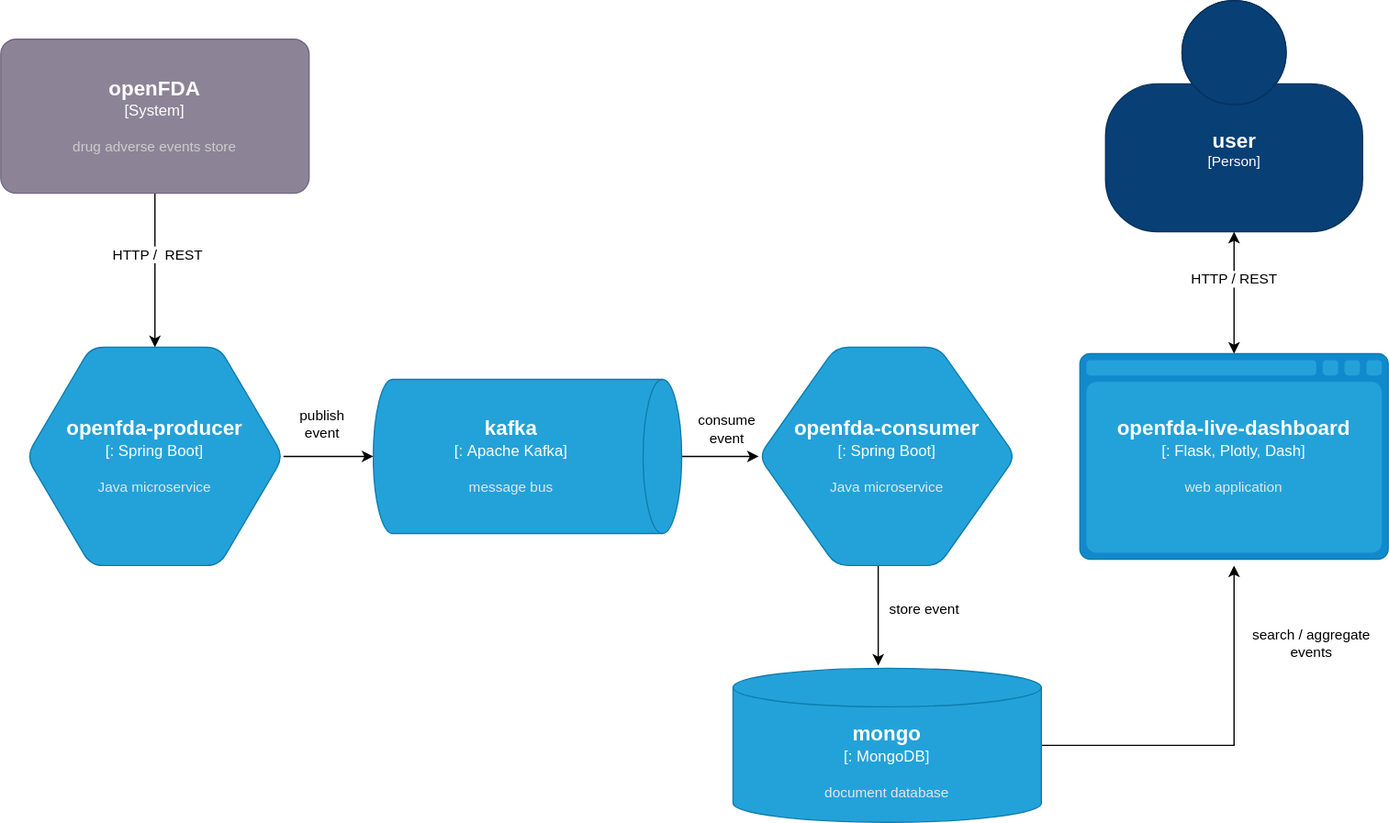
Before: pipeline-architecture.svg, a diagram exported from draw.io (koziolk/openfda-bigdata-pipeline). Source tidied: cells renumbered, new cells last; positions are measured from the earlier drawing's top-left corner, leaving out a move shared by most shapes.
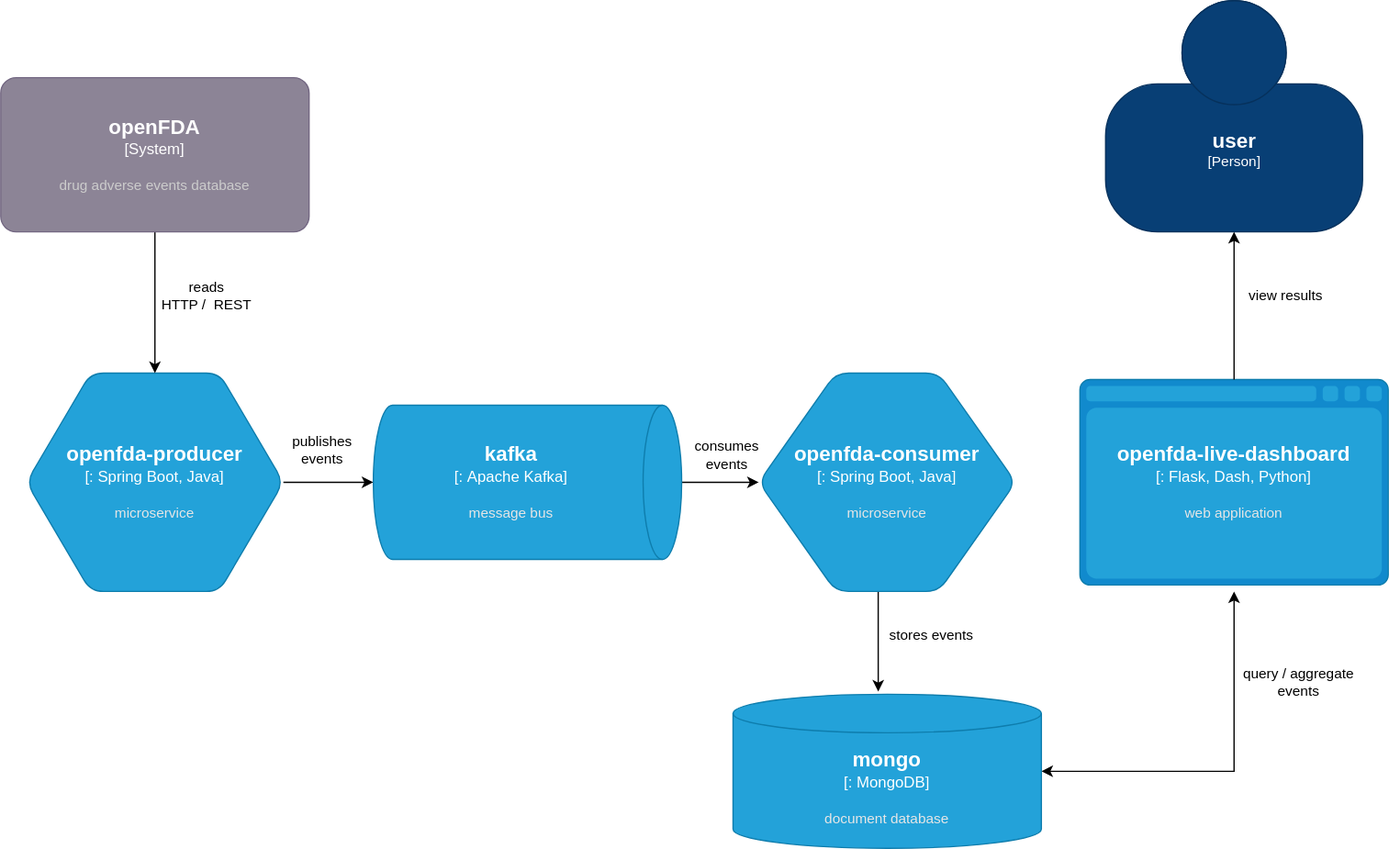
Later version of the same file.

Diff of the diagram source:
```diff
@@ -5,12 +5,12 @@
     <mxCell id="2" style="edgeStyle=orthogonalEdgeStyle;rounded=0;jettySize=auto;html=1;" parent="1" edge="1" source="4" target="6">
       <mxGeometry relative="1" as="geometry" />
     </mxCell>
-    <mxCell id="3" value="publish&lt;br&gt;event" style="edgeLabel;html=1;align=center;verticalAlign=middle;" parent="2" vertex="1">
+    <mxCell id="3" value="publishes&lt;br&gt;events" style="edgeLabel;html=1;align=center;verticalAlign=middle;" parent="2" vertex="1">
       <mxGeometry x="-0.06" y="4" relative="1" as="geometry">
         <mxPoint x="-3" y="-21" as="offset" />
       </mxGeometry>
     </mxCell>
-    <object id="4" label="&lt;font style=&quot;font-size: 16px&quot;&gt;&lt;b&gt;%c4Type%&lt;/font&gt;&lt;div&gt;[%c4Container%:&amp;nbsp;%c4Technology%]&lt;/div&gt;&lt;br&gt;&lt;div&gt;&lt;font style=&quot;font-size: 11px&quot;&gt;&lt;font color=&quot;#E6E6E6&quot;&gt;%c4Description%&lt;/font&gt;&lt;/div&gt;" c4Container="" c4Description="Java microservice" c4Technology="Spring Boot" c4Type="openfda-producer" placeholders="1">
+    <object id="4" label="&lt;font style=&quot;font-size: 16px&quot;&gt;&lt;b&gt;%c4Type%&lt;/font&gt;&lt;div&gt;[%c4Container%:&amp;nbsp;%c4Technology%]&lt;/div&gt;&lt;br&gt;&lt;div&gt;&lt;font style=&quot;font-size: 11px&quot;&gt;&lt;font color=&quot;#E6E6E6&quot;&gt;%c4Description%&lt;/font&gt;&lt;/div&gt;" c4Container="" c4Description="microservice" c4Technology="Spring Boot, Java" c4Type="openfda-producer" placeholders="1">
       <mxCell style="shape=hexagon;size=50;perimeter=hexagonPerimeter2;whiteSpace=wrap;html=1;fixedSize=1;rounded=1;labelBackgroundColor=none;fillColor=#23A2D9;fontSize=12;fontColor=#ffffff;align=center;strokeColor=#0E7DAD;points=[[0.5,0,0],[1,0.25,0],[1,0.5,0],[1,0.75,0],[0.5,1,0],[0,0.75,0],[0,0.5,0],[0,0.25,0]];" parent="1" vertex="1">
         <mxGeometry x="20" y="270" width="200" height="170" as="geometry" />
       </mxCell>
@@ -32,19 +32,19 @@
         </Array>
       </mxGeometry>
     </mxCell>
-    <object id="8" label="&lt;font style=&quot;font-size: 16px&quot;&gt;&lt;b&gt;%c4Type%&lt;/font&gt;&lt;div&gt;[%c4Container%:&amp;nbsp;%c4Technology%]&lt;/div&gt;&lt;br&gt;&lt;div&gt;&lt;font style=&quot;font-size: 11px&quot;&gt;&lt;font color=&quot;#E6E6E6&quot;&gt;%c4Description%&lt;/font&gt;&lt;/div&gt;" c4Container="" c4Description="Java microservice" c4Technology="Spring Boot" c4Type="openfda-consumer" placeholders="1">
+    <object id="8" label="&lt;font style=&quot;font-size: 16px&quot;&gt;&lt;b&gt;%c4Type%&lt;/font&gt;&lt;div&gt;[%c4Container%:&amp;nbsp;%c4Technology%]&lt;/div&gt;&lt;br&gt;&lt;div&gt;&lt;font style=&quot;font-size: 11px&quot;&gt;&lt;font color=&quot;#E6E6E6&quot;&gt;%c4Description%&lt;/font&gt;&lt;/div&gt;" c4Container="" c4Description="microservice" c4Technology="Spring Boot, Java" c4Type="openfda-consumer" placeholders="1">
       <mxCell style="shape=hexagon;size=60;perimeter=hexagonPerimeter2;whiteSpace=wrap;html=1;fixedSize=1;rounded=1;labelBackgroundColor=none;fillColor=#23A2D9;fontSize=12;fontColor=#ffffff;align=center;strokeColor=#0E7DAD;points=[[0.5,0,0],[1,0.25,0],[1,0.5,0],[1,0.75,0],[0.5,1,0],[0,0.75,0],[0,0.5,0],[0,0.25,0]];" parent="1" vertex="1">
         <mxGeometry x="590" y="270" width="200" height="170" as="geometry" />
       </mxCell>
     </object>
-    <mxCell id="9" style="edgeStyle=orthogonalEdgeStyle;rounded=0;jettySize=auto;html=1;" parent="1" edge="1" source="11">
+    <mxCell id="9" style="edgeStyle=orthogonalEdgeStyle;rounded=0;jettySize=auto;html=1;startArrow=classic;startFill=1;" parent="1" edge="1" source="11">
       <mxGeometry relative="1" as="geometry">
         <mxPoint x="960" y="440" as="targetPoint" />
       </mxGeometry>
     </mxCell>
-    <mxCell id="10" value="search / aggregate&lt;br&gt;events" style="edgeLabel;html=1;align=center;verticalAlign=middle;" parent="9" vertex="1">
+    <mxCell id="10" value="query / aggregate&lt;br&gt;events" style="edgeLabel;html=1;align=center;verticalAlign=middle;" parent="9" vertex="1">
       <mxGeometry x="0.54" y="3" relative="1" as="geometry">
-        <mxPoint x="63" y="-6" as="offset" />
+        <mxPoint x="53" y="4" as="offset" />
       </mxGeometry>
     </mxCell>
     <object id="11" label="&lt;font style=&quot;font-size: 16px&quot;&gt;&lt;b&gt;%c4Type%&lt;/font&gt;&lt;div&gt;[%c4Container%:&amp;nbsp;%c4Technology%]&lt;/div&gt;&lt;br&gt;&lt;div&gt;&lt;font style=&quot;font-size: 11px&quot;&gt;&lt;font color=&quot;#E6E6E6&quot;&gt;%c4Description%&lt;/font&gt;&lt;/div&gt;" c4Container="" c4Description="document database" c4Technology="MongoDB" c4Type="mongo" placeholders="1">
@@ -55,39 +55,39 @@
     <mxCell id="12" style="edgeStyle=orthogonalEdgeStyle;rounded=0;jettySize=auto;html=1;entryX=0.5;entryY=0;entryDx=0;entryDy=0;entryPerimeter=0;" parent="1" edge="1" source="14" target="4">
       <mxGeometry relative="1" as="geometry" />
     </mxCell>
-    <mxCell id="13" value="HTTP /&amp;nbsp; REST" style="edgeLabel;html=1;align=center;verticalAlign=middle;" parent="12" vertex="1">
-      <mxGeometry x="-0.2" y="2" relative="1" as="geometry" />
+    <mxCell id="13" value="reads&lt;br&gt;HTTP /&amp;nbsp; REST" style="edgeLabel;html=1;align=center;verticalAlign=middle;" parent="12" vertex="1">
+      <mxGeometry x="-0.2" y="2" relative="1" as="geometry">
+        <mxPoint x="38" y="6" as="offset" />
+      </mxGeometry>
     </mxCell>
-    <object id="14" label="&lt;font style=&quot;font-size: 16px&quot;&gt;&lt;b&gt;%c4Name%&lt;/b&gt;&lt;/font&gt;&lt;div&gt;[%c4Type%]&lt;/div&gt;&lt;br&gt;&lt;div&gt;&lt;font style=&quot;font-size: 11px&quot;&gt;&lt;font color=&quot;#cccccc&quot;&gt;%c4Description%&lt;/font&gt;&lt;/div&gt;" c4Description="drug adverse events store" c4Name="openFDA" c4Type="System" placeholders="1">
+    <object id="14" label="&lt;font style=&quot;font-size: 16px&quot;&gt;&lt;b&gt;%c4Name%&lt;/b&gt;&lt;/font&gt;&lt;div&gt;[%c4Type%]&lt;/div&gt;&lt;br&gt;&lt;div&gt;&lt;font style=&quot;font-size: 11px&quot;&gt;&lt;font color=&quot;#cccccc&quot;&gt;%c4Description%&lt;/font&gt;&lt;/div&gt;" c4Description="drug adverse events database" c4Name="openFDA" c4Type="System" placeholders="1">
       <mxCell style="rounded=1;whiteSpace=wrap;html=1;labelBackgroundColor=none;fillColor=#8C8496;fontColor=#ffffff;align=center;arcSize=10;strokeColor=#736782;points=[[0.25,0,0],[0.5,0,0],[0.75,0,0],[1,0.25,0],[1,0.5,0],[1,0.75,0],[0.75,1,0],[0.5,1,0],[0.25,1,0],[0,0.75,0],[0,0.5,0],[0,0.25,0]];" parent="1" vertex="1">
-        <mxGeometry y="30" width="240" height="120" as="geometry" />
+        <mxGeometry y="40" width="240" height="120" as="geometry" />
       </mxCell>
     </object>
-    <object id="15" label="&lt;font style=&quot;font-size: 16px&quot;&gt;&lt;b&gt;%c4Type%&lt;/font&gt;&lt;div&gt;[%c4Container%:&amp;nbsp;%c4Technology%]&lt;/div&gt;&lt;br&gt;&lt;div&gt;&lt;font style=&quot;font-size: 11px&quot;&gt;&lt;font color=&quot;#E6E6E6&quot;&gt;%c4Description%&lt;/font&gt;&lt;/div&gt;" c4Container="" c4Description="web application" c4Technology="Flask, Plotly, Dash" c4Type="openfda-live-dashboard" placeholders="1">
+    <object id="15" label="&lt;font style=&quot;font-size: 16px&quot;&gt;&lt;b&gt;%c4Type%&lt;/font&gt;&lt;div&gt;[%c4Container%:&amp;nbsp;%c4Technology%]&lt;/div&gt;&lt;br&gt;&lt;div&gt;&lt;font style=&quot;font-size: 11px&quot;&gt;&lt;font color=&quot;#E6E6E6&quot;&gt;%c4Description%&lt;/font&gt;&lt;/div&gt;" c4Container="" c4Description="web application" c4Technology="Flask, Dash, Python" c4Type="openfda-live-dashboard" placeholders="1">
       <mxCell style="shape=mxgraph.c4.webBrowserContainer;whiteSpace=wrap;html=1;boundedLbl=1;rounded=0;labelBackgroundColor=none;fillColor=#118ACD;fontSize=12;fontColor=#ffffff;align=center;strokeColor=#0E7DAD;points=[[0.5,0,0],[1,0.25,0],[1,0.5,0],[1,0.75,0],[0.5,1,0],[0,0.75,0],[0,0.5,0],[0,0.25,0]];" parent="1" vertex="1">
         <mxGeometry x="840" y="275" width="240" height="160" as="geometry" />
       </mxCell>
     </object>
-    <mxCell id="16" style="edgeStyle=orthogonalEdgeStyle;rounded=0;jettySize=auto;html=1;startArrow=classic;startFill=1;" parent="1" edge="1" source="18" target="15">
+    <mxCell id="16" style="edgeStyle=orthogonalEdgeStyle;rounded=0;jettySize=auto;html=1;startArrow=classic;startFill=1;endArrow=none;endFill=0;" parent="1" edge="1" source="18" target="15">
       <mxGeometry relative="1" as="geometry" />
     </mxCell>
-    <mxCell id="17" value="HTTP / REST" style="edgeLabel;html=1;align=center;verticalAlign=middle;" parent="16" vertex="1">
-      <mxGeometry x="-0.22" y="2" relative="1" as="geometry">
-        <mxPoint x="-2" as="offset" />
-      </mxGeometry>
-    </mxCell>
     <object id="18" label="&lt;font style=&quot;font-size: 16px&quot;&gt;&lt;b&gt;%c4Name%&lt;/b&gt;&lt;/font&gt;&lt;div&gt;[%c4Type%]&lt;/div&gt;&lt;br&gt;&lt;div&gt;&lt;font style=&quot;font-size: 11px&quot;&gt;&lt;font color=&quot;#cccccc&quot;&gt;%c4Description%&lt;/font&gt;&lt;/div&gt;" c4Description="" c4Name="user" c4Type="Person" placeholders="1">
       <mxCell style="html=1;fontSize=11;dashed=0;whitespace=wrap;fillColor=#083F75;strokeColor=#06315C;fontColor=#ffffff;shape=mxgraph.c4.person2;align=center;points=[[0.5,0,0],[1,0.5,0],[1,0.75,0],[0.75,1,0],[0.5,1,0],[0.25,1,0],[0,0.75,0],[0,0.5,0]];" parent="1" vertex="1">
-        <mxGeometry x="860" width="200" height="180" as="geometry" />
+        <mxGeometry x="860" y="-20" width="200" height="180" as="geometry" />
       </mxCell>
     </object>
-    <mxCell id="19" value="&lt;span style=&quot;color: rgb(0 , 0 , 0) ; font-family: &amp;#34;helvetica&amp;#34; ; font-size: 11px ; font-style: normal ; font-weight: 400 ; letter-spacing: normal ; text-align: center ; text-indent: 0px ; text-transform: none ; word-spacing: 0px ; background-color: rgb(255 , 255 , 255) ; display: inline ; float: none&quot;&gt;store event&lt;br&gt;&lt;/span&gt;" style="text;whiteSpace=wrap;html=1;" parent="1" vertex="1">
+    <mxCell id="19" value="&lt;span style=&quot;color: rgb(0 , 0 , 0) ; font-family: &amp;#34;helvetica&amp;#34; ; font-size: 11px ; font-style: normal ; font-weight: 400 ; letter-spacing: normal ; text-align: center ; text-indent: 0px ; text-transform: none ; word-spacing: 0px ; background-color: rgb(255 , 255 , 255) ; display: inline ; float: none&quot;&gt;stores events&lt;br&gt;&lt;/span&gt;" style="text;whiteSpace=wrap;html=1;" parent="1" vertex="1">
       <mxGeometry x="690" y="460" width="80" height="50" as="geometry" />
     </mxCell>
-    <mxCell id="20" value="consume&lt;br&gt;event" style="edgeLabel;html=1;align=center;verticalAlign=middle;" parent="1" vertex="1">
+    <mxCell id="20" value="consumes&lt;br&gt;events" style="edgeLabel;html=1;align=center;verticalAlign=middle;" parent="1" vertex="1">
       <mxGeometry x="450" y="380" as="geometry">
         <mxPoint x="115" y="-46" as="offset" />
       </mxGeometry>
     </mxCell>
+    <mxCell id="21" value="view results" style="edgeLabel;html=1;align=center;verticalAlign=middle;" parent="1" vertex="1">
+      <mxGeometry x="1000" y="210" as="geometry" />
+    </mxCell>
   </root>
 </mxGraphModel>
```
